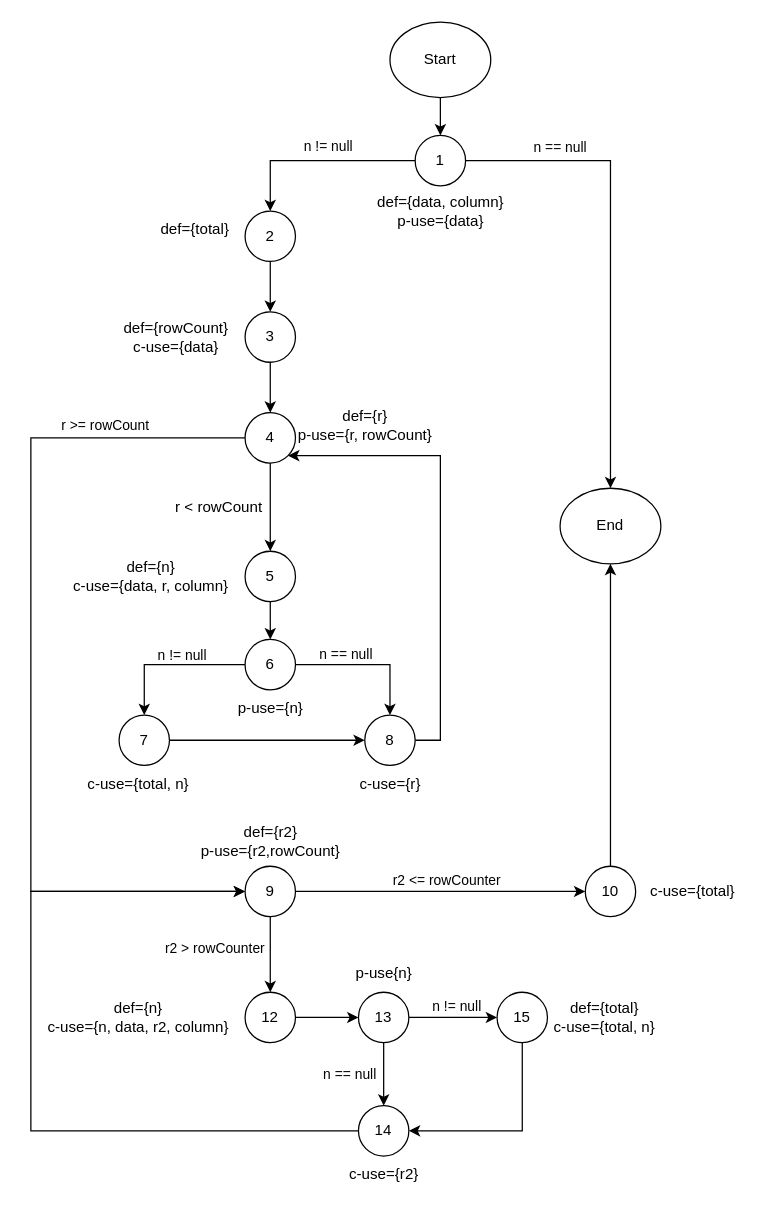
Before: CalculateColumnTotalDataFlow.drawio in seng438-winter-2024/seng438-a3-FindlayMB, a draw.io diagram. Source tidied: cells renumbered, new cells numbered last; positions are measured from the earlier drawing's top-left corner, leaving out a move shared by most shapes. Both pictures are drawn from the tidied source at 126%, with x=0, y=0 at pixel (30, 21).
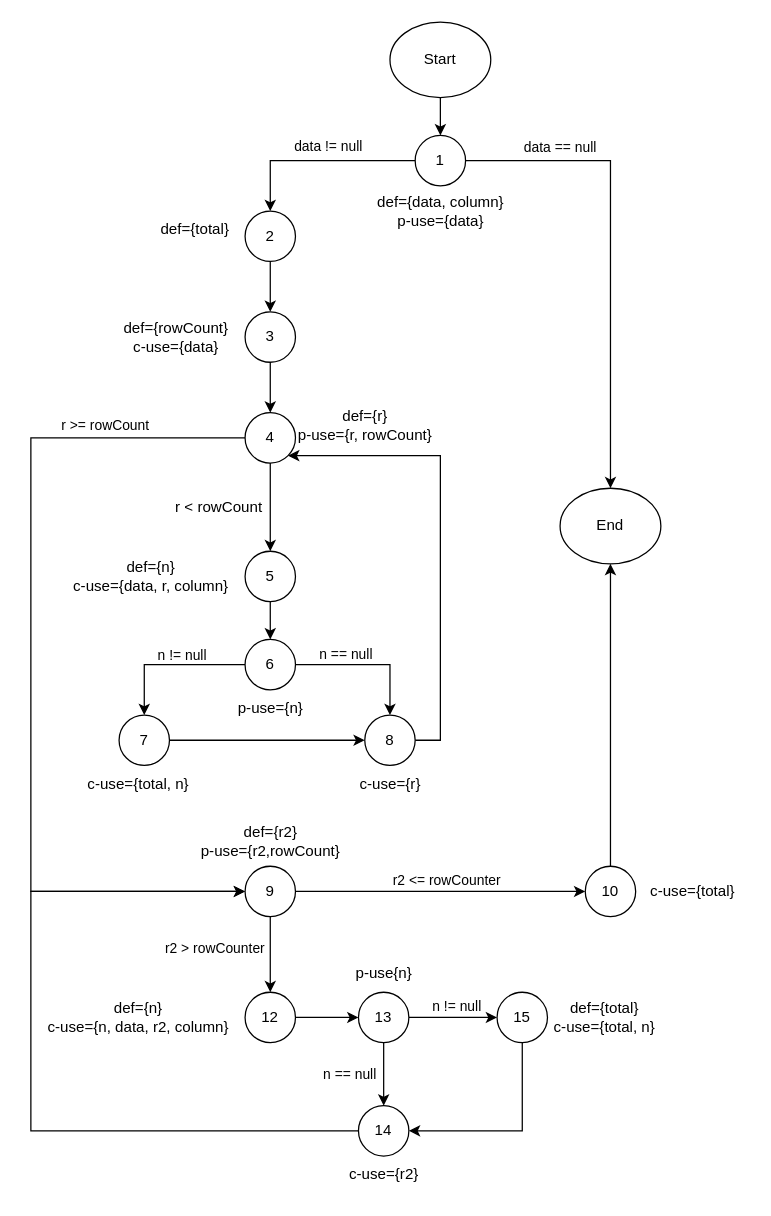
After the change.

What changed in the source:
```diff
@@
-    <mxCell id="26" value="&lt;font style=&quot;font-size: 11px;&quot;&gt;n == null&lt;/font&gt;" style="text;html=1;align=center;verticalAlign=middle;strokeColor=none;fillColor=none;" parent="1" vertex="1">
-      <mxGeometry x="385" y="85" width="70" height="30" as="geometry" />
+    <mxCell id="26" value="&lt;font style=&quot;font-size: 11px;&quot;&gt;data&lt;/font&gt;&lt;span style=&quot;font-size: 11px; background-color: initial;&quot;&gt;&amp;nbsp;== null&lt;/span&gt;" style="text;html=1;align=center;verticalAlign=middle;strokeColor=none;fillColor=none;" parent="1" vertex="1">
+      <mxGeometry x="380" y="85" width="80" height="30" as="geometry" />
     </mxCell>
-    <mxCell id="27" value="&lt;font style=&quot;font-size: 11px;&quot;&gt;n != null&lt;/font&gt;" style="text;html=1;align=center;verticalAlign=middle;strokeColor=none;fillColor=none;" parent="1" vertex="1">
-      <mxGeometry x="206" y="84" width="60" height="30" as="geometry" />
+    <mxCell id="27" value="&lt;font style=&quot;font-size: 11px;&quot;&gt;data != null&lt;/font&gt;" style="text;html=1;align=center;verticalAlign=middle;strokeColor=none;fillColor=none;" parent="1" vertex="1">
+      <mxGeometry x="196" y="84" width="80" height="30" as="geometry" />
     </mxCell>
```
